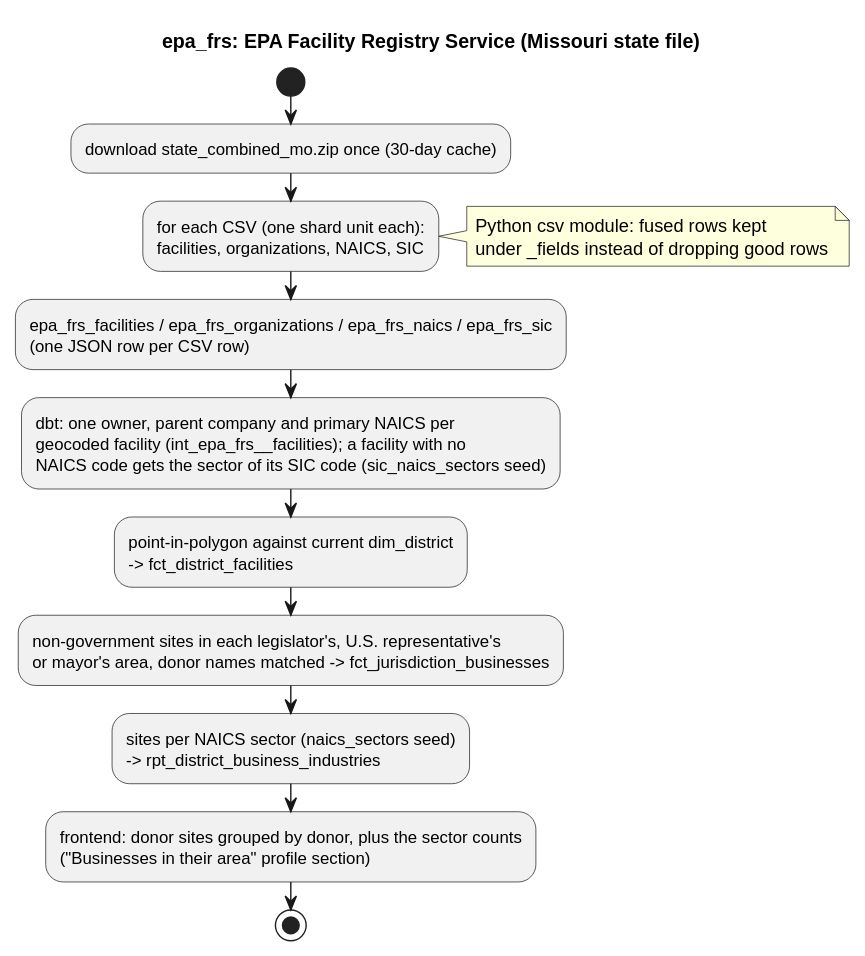
Above: docs/diagrams/sources/epa_frs.svg in akettmann/missouri_gov_feed (PlantUML), before the change. Its source is kept beside it as docs/diagrams/sources/epa_frs.puml.
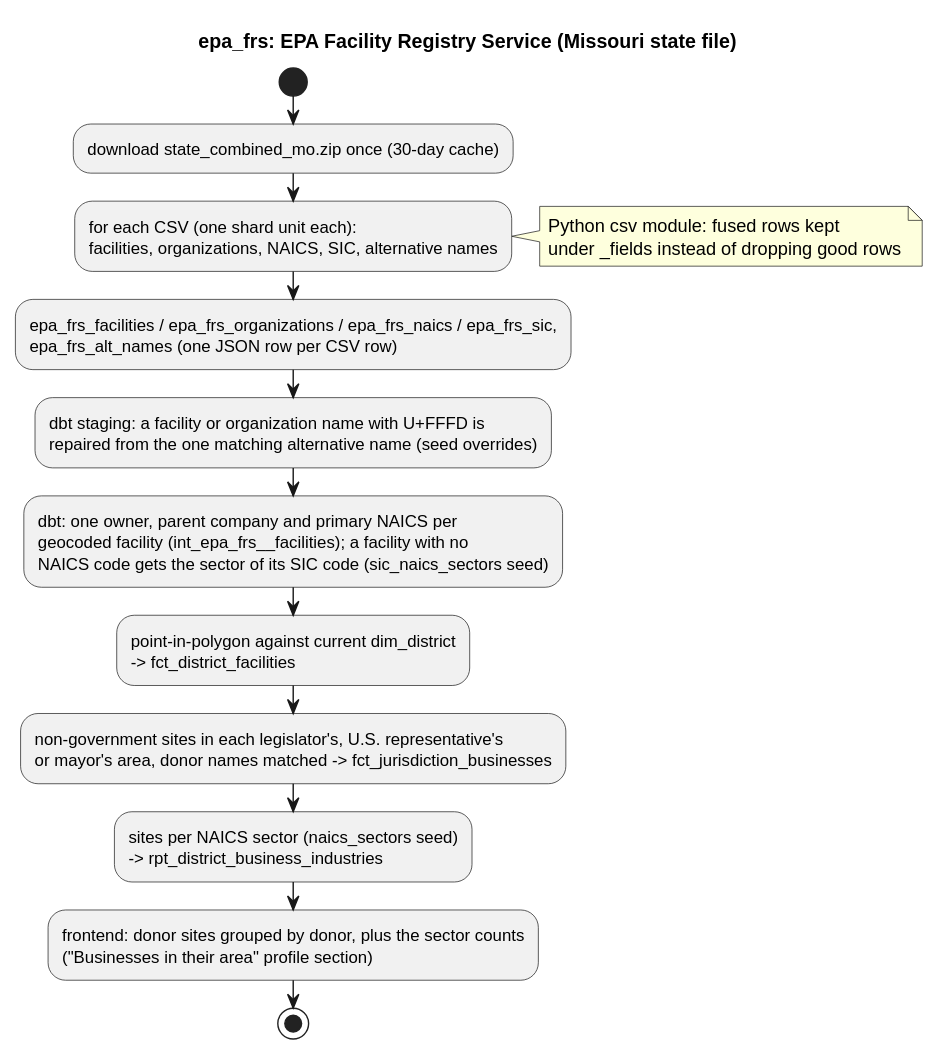
Later version of the same file.

The edit, as a diff of the source:
```diff
@@ -3,10 +3,12 @@
 start
 :download state_combined_mo.zip once (30-day cache);
 :for each CSV (one shard unit each):
-facilities, organizations, NAICS, SIC;
+facilities, organizations, NAICS, SIC, alternative names;
 note right: Python csv module: fused rows kept\nunder _fields instead of dropping good rows
-:epa_frs_facilities / epa_frs_organizations / epa_frs_naics / epa_frs_sic
-(one JSON row per CSV row);
+:epa_frs_facilities / epa_frs_organizations / epa_frs_naics / epa_frs_sic,
+epa_frs_alt_names (one JSON row per CSV row);
+:dbt staging: a facility or organization name with U+FFFD is
+repaired from the one matching alternative name (seed overrides);
 :dbt: one owner, parent company and primary NAICS per
 geocoded facility (int_epa_frs__facilities); a facility with no
 NAICS code gets the sector of its SIC code (sic_naics_sectors seed);
```
